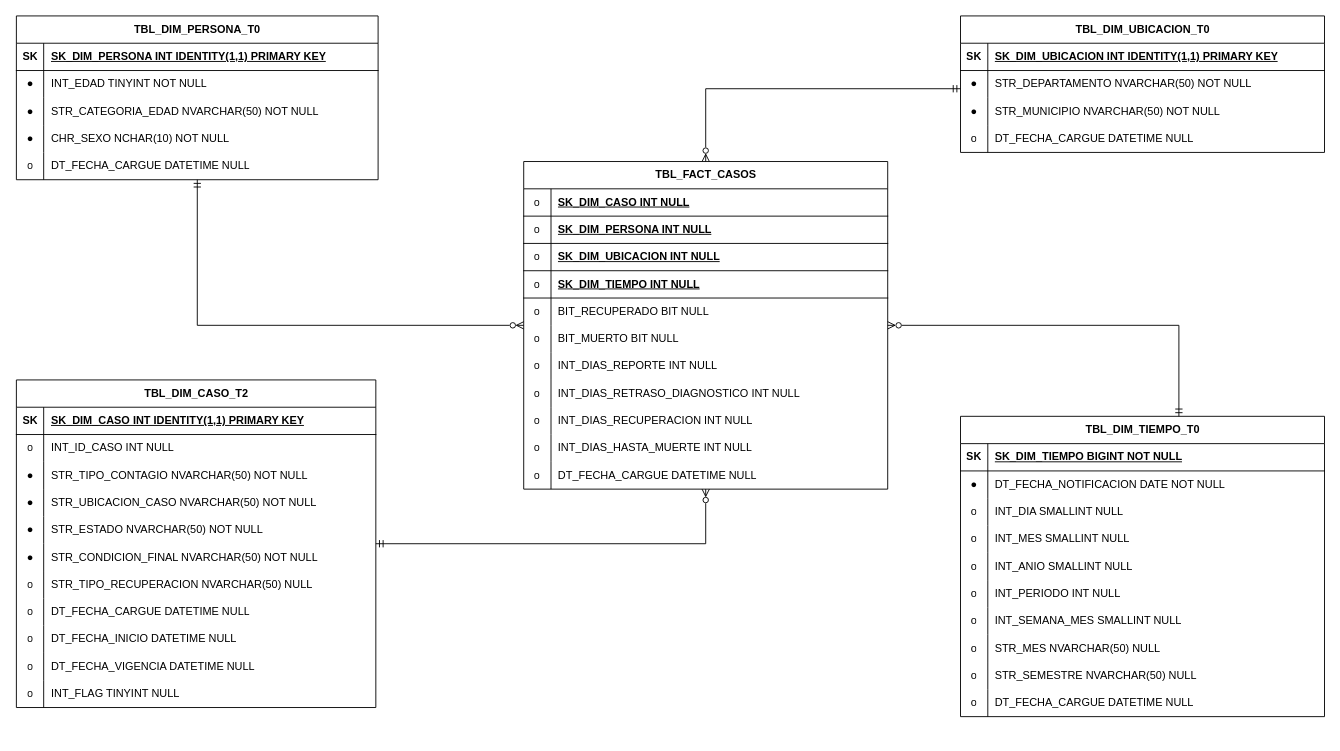
The draw.io diagram DISENO/DIAGRAMA/ETL_COVID_19_COL_MODELO_ESTRELLA_FISICO.drawio in danieltorrez29/ETL_COVID_19_COLOMBIA, before the edit. Source tidied: cells renumbered, new cells numbered last; positions are measured from the earlier drawing's top-left corner, leaving out a move shared by most shapes. Both pictures are drawn from the tidied source at 91%, with x=0, y=0 at pixel (15, 15).
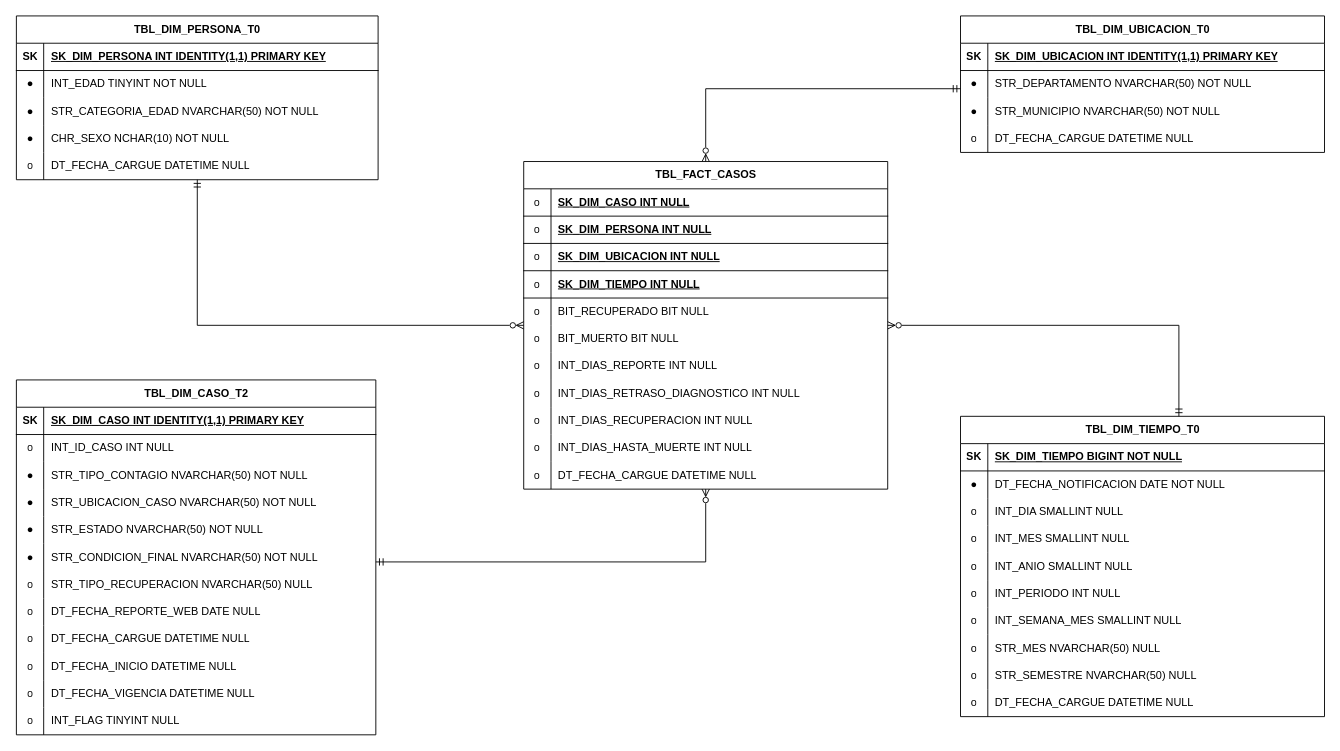
The same page after the edit.

The change refers to these unchanged cells:
```xml
<mxCell id="97" value="TBL_FACT_CASOS" style="shape=table;startSize=30;childLayout=tableLayout;rowLines=0;fontStyle=1;align=center;html=1;" parent="1" vertex="1">
  <mxGeometry x="558" y="160" width="400" height="360" as="geometry" />
</mxCell>
```

Diff of the diagram source:
```diff
@@
     <mxCell id="63" value="TBL_DIM_CASO_T2" style="shape=table;startSize=30;childLayout=tableLayout;rowLines=0;fontStyle=1;align=center;html=1;" parent="1" vertex="1">
-      <mxGeometry x="0.5" y="400" width="395" height="360" as="geometry" />
+      <mxGeometry x="0.5" y="400" width="395" height="390" as="geometry" />
     </mxCell>
@@
+    <mxCell id="134" style="shape=tableRow;horizontal=0;startSize=0;swimlaneHead=0;swimlaneBody=0;fillColor=none;top=0;left=0;right=0;bottom=0;" parent="63" vertex="1">
+      <mxGeometry y="240" width="395" height="30" as="geometry" />
+    </mxCell>
+    <mxCell id="135" value="o" style="shape=partialRectangle;fillColor=none;top=0;left=0;bottom=0;right=0;overflow=hidden;whiteSpace=wrap;html=1;" parent="134" vertex="1">
+      <mxGeometry width="30" height="30" as="geometry" />
+    </mxCell>
+    <mxCell id="136" value="DT_FECHA_REPORTE_WEB DATE NULL" style="shape=partialRectangle;fillColor=none;top=0;left=0;bottom=0;right=0;align=left;spacingLeft=6;overflow=hidden;whiteSpace=wrap;html=1;" parent="134" vertex="1">
+      <mxGeometry x="30" width="365" height="30" as="geometry" />
+    </mxCell>
     <mxCell id="85" style="shape=tableRow;horizontal=0;startSize=0;swimlaneHead=0;swimlaneBody=0;fillColor=none;top=0;left=0;right=0;bottom=0;" parent="63" vertex="1">
-      <mxGeometry y="240" width="395" height="30" as="geometry" />
+      <mxGeometry y="270" width="395" height="30" as="geometry" />
     </mxCell>
@@
     <mxCell id="88" style="shape=tableRow;horizontal=0;startSize=0;swimlaneHead=0;swimlaneBody=0;fillColor=none;top=0;left=0;right=0;bottom=0;" parent="63" vertex="1">
-      <mxGeometry y="270" width="395" height="30" as="geometry" />
+      <mxGeometry y="300" width="395" height="30" as="geometry" />
     </mxCell>
@@
     <mxCell id="91" style="shape=tableRow;horizontal=0;startSize=0;swimlaneHead=0;swimlaneBody=0;fillColor=none;top=0;left=0;right=0;bottom=0;" parent="63" vertex="1">
-      <mxGeometry y="300" width="395" height="30" as="geometry" />
+      <mxGeometry y="330" width="395" height="30" as="geometry" />
     </mxCell>
@@
     <mxCell id="94" style="shape=tableRow;horizontal=0;startSize=0;swimlaneHead=0;swimlaneBody=0;fillColor=none;top=0;left=0;right=0;bottom=0;" parent="63" vertex="1">
-      <mxGeometry y="330" width="395" height="30" as="geometry" />
+      <mxGeometry y="360" width="395" height="30" as="geometry" />
     </mxCell>
@@
     <mxCell id="131" style="edgeStyle=orthogonalEdgeStyle;rounded=0;jettySize=auto;html=1;startArrow=ERmandOne;startFill=0;endArrow=ERzeroToMany;endFill=0;" parent="1" edge="1" source="63" target="97">
       <mxGeometry relative="1" as="geometry">
         <Array as="points">
-          <mxPoint x="758" y="580" />
+          <mxPoint x="758" y="600" />
         </Array>
       </mxGeometry>
     </mxCell>
```
